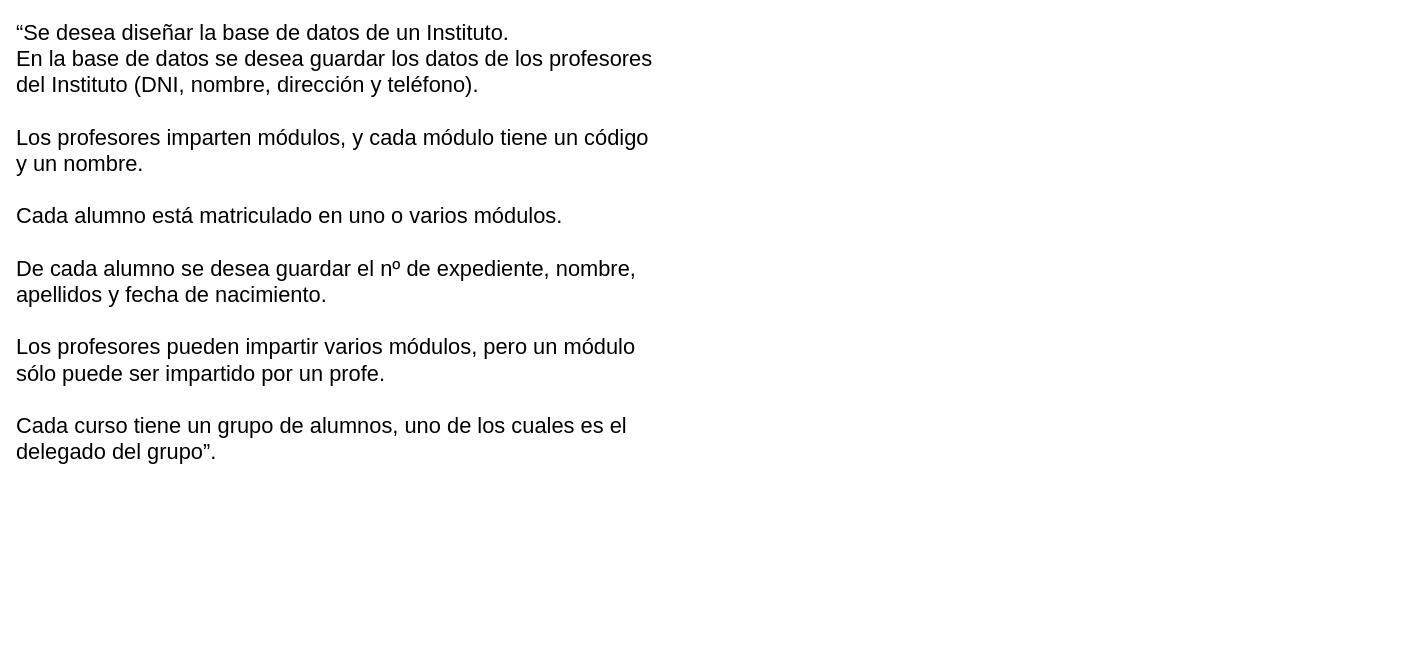
The draw.io diagram 112_administracion_de_bases_de_datos/ejercicios_DER/ejercicio_08-05_instituto.drawio in VictoriaIleanaRodriguezMora/ifts, before the edit. Source tidied: cells renumbered, new cells numbered last; positions are measured from the earlier drawing's top-left corner, leaving out a move shared by most shapes. Both pictures are drawn from the tidied source at 84%, with x=0, y=0 at pixel (14, 14).
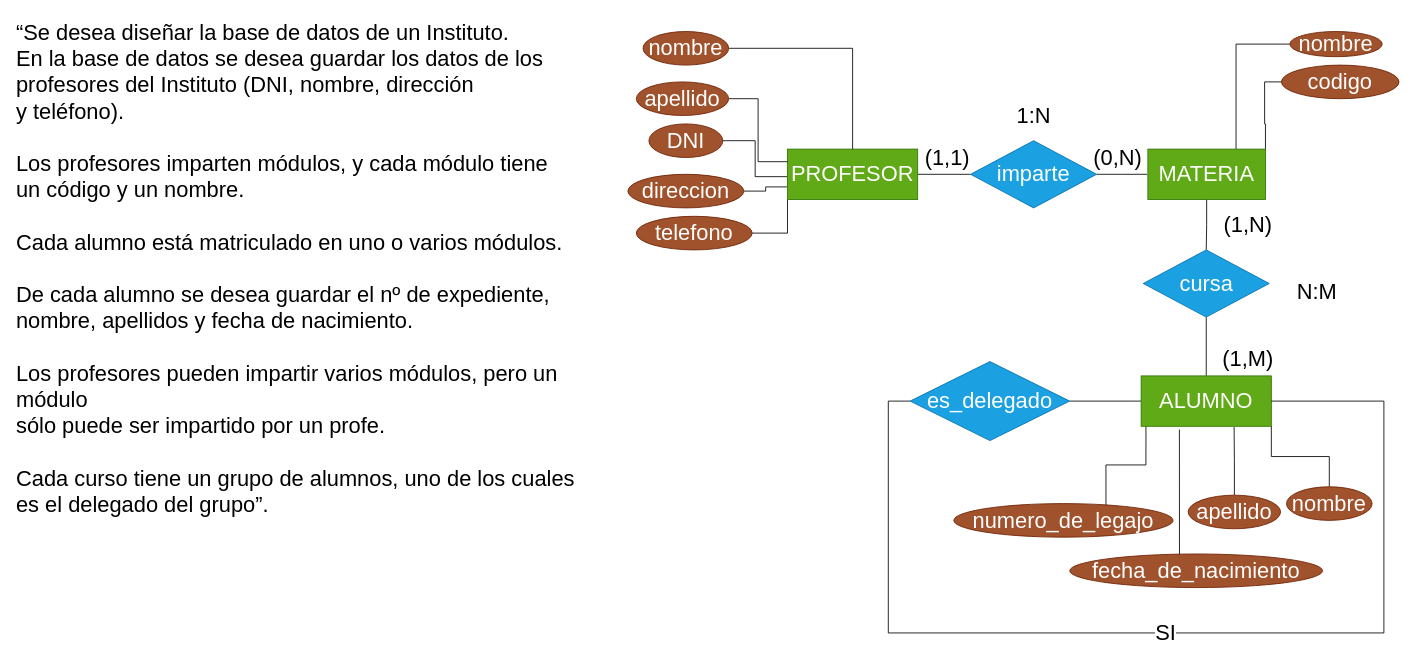
The same page after the edit.

Commit message:
feat: Ejercicio instituto en clase

Change to the diagram source:
```diff
@@
     <mxCell id="2" value="“Se desea diseñar la base de datos de un Instituto.&#10;En la base de datos se desea guardar los datos de los profesores del Instituto (DNI, nombre, dirección y teléfono).  &#10;&#10;Los profesores imparten módulos, y cada módulo tiene un código y un nombre. &#10;&#10;Cada alumno está matriculado en uno o varios módulos.  &#10;&#10;De cada alumno se desea guardar el nº de expediente, nombre, apellidos y fecha de nacimiento. &#10;&#10;Los profesores pueden impartir varios módulos, pero un módulo &#10;sólo puede ser impartido por un profe. &#10;&#10;Cada curso tiene un grupo de alumnos, uno de los cuales es el delegado del grupo”." style="text;whiteSpace=wrap;fontSize=26;" parent="1" vertex="1">
-      <mxGeometry width="770" height="530" as="geometry" />
+      <mxGeometry width="670" height="636" as="geometry" />
     </mxCell>
+    <mxCell id="3" style="edgeStyle=orthogonalEdgeStyle;rounded=0;jettySize=auto;html=1;exitX=1;exitY=0.5;exitDx=0;exitDy=0;entryX=0;entryY=0.5;entryDx=0;entryDy=0;endArrow=none;startFill=0;fontSize=26;" parent="1" edge="1" source="6" target="14">
+      <mxGeometry relative="1" as="geometry" />
+    </mxCell>
+    <mxCell id="4" style="edgeStyle=orthogonalEdgeStyle;rounded=0;jettySize=auto;html=1;exitX=0;exitY=0.75;exitDx=0;exitDy=0;entryX=1;entryY=0.5;entryDx=0;entryDy=0;endArrow=none;startFill=0;" parent="1" edge="1" source="6" target="24">
+      <mxGeometry relative="1" as="geometry" />
+    </mxCell>
+    <mxCell id="5" style="edgeStyle=orthogonalEdgeStyle;rounded=0;jettySize=auto;html=1;exitX=0;exitY=1;exitDx=0;exitDy=0;entryX=1;entryY=0.5;entryDx=0;entryDy=0;endArrow=none;startFill=0;" parent="1" edge="1" source="6" target="25">
+      <mxGeometry relative="1" as="geometry" />
+    </mxCell>
+    <mxCell id="6" value="PROFESOR" style="rounded=0;whiteSpace=wrap;html=1;fontSize=26;fillColor=#60a917;fontColor=#ffffff;strokeColor=#2D7600;" parent="1" vertex="1">
+      <mxGeometry x="920" y="160" width="155" height="60" as="geometry" />
+    </mxCell>
+    <mxCell id="7" style="edgeStyle=orthogonalEdgeStyle;rounded=0;jettySize=auto;html=1;exitX=1;exitY=0.5;exitDx=0;exitDy=0;entryX=0.5;entryY=0;entryDx=0;entryDy=0;endArrow=none;startFill=0;fontSize=26;" parent="1" edge="1" source="8" target="6">
+      <mxGeometry relative="1" as="geometry" />
+    </mxCell>
+    <mxCell id="8" value="nombre" style="ellipse;whiteSpace=wrap;html=1;fontSize=26;fillColor=#a0522d;fontColor=#ffffff;strokeColor=#6D1F00;" parent="1" vertex="1">
+      <mxGeometry x="748" y="20" width="102" height="40" as="geometry" />
+    </mxCell>
+    <mxCell id="9" style="edgeStyle=orthogonalEdgeStyle;rounded=0;jettySize=auto;html=1;exitX=1;exitY=0.5;exitDx=0;exitDy=0;entryX=0;entryY=0.25;entryDx=0;entryDy=0;endArrow=none;startFill=0;fontSize=26;" parent="1" edge="1" source="10" target="6">
+      <mxGeometry relative="1" as="geometry" />
+    </mxCell>
+    <mxCell id="10" value="apellido" style="ellipse;whiteSpace=wrap;html=1;fontSize=26;fillColor=#a0522d;fontColor=#ffffff;strokeColor=#6D1F00;" parent="1" vertex="1">
+      <mxGeometry x="740" y="80" width="110" height="40" as="geometry" />
+    </mxCell>
+    <mxCell id="11" value="DNI" style="ellipse;whiteSpace=wrap;html=1;fontSize=26;fillColor=#a0522d;fontColor=#ffffff;strokeColor=#6D1F00;" parent="1" vertex="1">
+      <mxGeometry x="755" y="130" width="88" height="40" as="geometry" />
+    </mxCell>
+    <mxCell id="12" style="edgeStyle=orthogonalEdgeStyle;rounded=0;jettySize=auto;html=1;exitX=1;exitY=0.5;exitDx=0;exitDy=0;entryX=-0.003;entryY=0.547;entryDx=0;entryDy=0;entryPerimeter=0;endArrow=none;startFill=0;fontSize=26;" parent="1" edge="1" source="11" target="6">
+      <mxGeometry relative="1" as="geometry" />
+    </mxCell>
+    <mxCell id="13" style="edgeStyle=orthogonalEdgeStyle;rounded=0;jettySize=auto;html=1;exitX=1;exitY=0.5;exitDx=0;exitDy=0;entryX=0;entryY=0.5;entryDx=0;entryDy=0;endArrow=none;startFill=0;fontSize=26;" parent="1" edge="1" source="14">
+      <mxGeometry relative="1" as="geometry">
+        <mxPoint x="1348" y="190" as="targetPoint" />
+      </mxGeometry>
+    </mxCell>
+    <mxCell id="14" value="imparte" style="rhombus;whiteSpace=wrap;html=1;fontSize=26;fillColor=#1ba1e2;fontColor=#ffffff;strokeColor=#006EAF;" parent="1" vertex="1">
+      <mxGeometry x="1138" y="150" width="150" height="80" as="geometry" />
+    </mxCell>
+    <mxCell id="15" style="edgeStyle=orthogonalEdgeStyle;rounded=0;jettySize=auto;html=1;exitX=0;exitY=0.5;exitDx=0;exitDy=0;entryX=0.75;entryY=0;entryDx=0;entryDy=0;endArrow=none;startFill=0;fontSize=26;" parent="1" edge="1" source="16" target="23">
+      <mxGeometry relative="1" as="geometry" />
+    </mxCell>
+    <mxCell id="16" value="nombre" style="ellipse;whiteSpace=wrap;html=1;fontSize=26;fillColor=#a0522d;fontColor=#ffffff;strokeColor=#6D1F00;" parent="1" vertex="1">
+      <mxGeometry x="1518" y="20" width="110" height="30" as="geometry" />
+    </mxCell>
+    <mxCell id="17" style="edgeStyle=orthogonalEdgeStyle;rounded=0;jettySize=auto;html=1;exitX=0;exitY=0.5;exitDx=0;exitDy=0;entryX=1;entryY=0;entryDx=0;entryDy=0;endArrow=none;startFill=0;fontSize=26;" parent="1" edge="1" source="18" target="23">
+      <mxGeometry relative="1" as="geometry" />
+    </mxCell>
+    <mxCell id="18" value="codigo" style="ellipse;whiteSpace=wrap;html=1;fontSize=26;fillColor=#a0522d;fontColor=#ffffff;strokeColor=#6D1F00;" parent="1" vertex="1">
+      <mxGeometry x="1508" y="60" width="140" height="40" as="geometry" />
+    </mxCell>
+    <mxCell id="19" value="&lt;font&gt;(1,1)&lt;/font&gt;" style="text;html=1;align=center;verticalAlign=middle;strokeColor=none;fillColor=none;fontSize=26;" parent="1" vertex="1">
+      <mxGeometry x="1070" y="150" width="80" height="40" as="geometry" />
+    </mxCell>
+    <mxCell id="20" value="&lt;font&gt;(0,N)&lt;/font&gt;" style="text;html=1;align=center;verticalAlign=middle;strokeColor=none;fillColor=none;fontSize=26;" parent="1" vertex="1">
+      <mxGeometry x="1273" y="150" width="80" height="40" as="geometry" />
+    </mxCell>
+    <mxCell id="21" value="&lt;div&gt;&lt;span style=&quot;background-color: transparent; color: light-dark(rgb(0, 0, 0), rgb(255, 255, 255));&quot;&gt;1:N&lt;/span&gt;&lt;/div&gt;" style="text;html=1;align=center;verticalAlign=middle;strokeColor=none;fillColor=none;fontSize=26;" parent="1" vertex="1">
+      <mxGeometry x="1183" y="100" width="60" height="40" as="geometry" />
+    </mxCell>
+    <mxCell id="22" style="edgeStyle=orthogonalEdgeStyle;rounded=0;jettySize=auto;html=1;exitX=0.5;exitY=1;exitDx=0;exitDy=0;entryX=0.5;entryY=0;entryDx=0;entryDy=0;endArrow=none;startFill=0;" parent="1" edge="1" source="23" target="37">
+      <mxGeometry relative="1" as="geometry" />
+    </mxCell>
+    <mxCell id="23" value="MATERIA" style="rounded=0;whiteSpace=wrap;html=1;fontSize=26;fillColor=#60a917;fontColor=#ffffff;strokeColor=#2D7600;" parent="1" vertex="1">
+      <mxGeometry x="1349" y="160" width="140" height="60" as="geometry" />
+    </mxCell>
+    <mxCell id="24" value="direccion" style="ellipse;whiteSpace=wrap;html=1;fontSize=26;fillColor=#a0522d;fontColor=#ffffff;strokeColor=#6D1F00;" parent="1" vertex="1">
+      <mxGeometry x="730" y="190" width="138" height="40" as="geometry" />
+    </mxCell>
+    <mxCell id="25" value="telefono" style="ellipse;whiteSpace=wrap;html=1;fontSize=26;fillColor=#a0522d;fontColor=#ffffff;strokeColor=#6D1F00;" parent="1" vertex="1">
+      <mxGeometry x="740" y="240" width="138" height="40" as="geometry" />
+    </mxCell>
+    <mxCell id="26" style="edgeStyle=orthogonalEdgeStyle;rounded=0;jettySize=auto;html=1;exitX=0.037;exitY=0.999;exitDx=0;exitDy=0;entryX=0.694;entryY=0.075;entryDx=0;entryDy=0;endArrow=none;startFill=0;entryPerimeter=0;exitPerimeter=0;" parent="1" edge="1" source="30" target="35">
+      <mxGeometry relative="1" as="geometry" />
+    </mxCell>
+    <mxCell id="27" style="edgeStyle=orthogonalEdgeStyle;rounded=0;jettySize=auto;html=1;exitX=0.294;exitY=1.065;exitDx=0;exitDy=0;entryX=0.434;entryY=0.042;entryDx=0;entryDy=0;endArrow=none;startFill=0;entryPerimeter=0;exitPerimeter=0;" parent="1" edge="1" source="30" target="36">
+      <mxGeometry relative="1" as="geometry" />
+    </mxCell>
+    <mxCell id="28" style="edgeStyle=orthogonalEdgeStyle;rounded=0;jettySize=auto;html=1;exitX=0.5;exitY=0;exitDx=0;exitDy=0;entryX=0.5;entryY=1;entryDx=0;entryDy=0;endArrow=none;startFill=0;" parent="1" edge="1" source="30" target="37">
+      <mxGeometry relative="1" as="geometry" />
+    </mxCell>
+    <mxCell id="29" style="edgeStyle=orthogonalEdgeStyle;rounded=0;jettySize=auto;html=1;exitX=0;exitY=0.5;exitDx=0;exitDy=0;endArrow=none;startFill=0;" parent="1" edge="1" source="30" target="43">
+      <mxGeometry relative="1" as="geometry" />
+    </mxCell>
+    <mxCell id="30" value="ALUMNO" style="rounded=0;whiteSpace=wrap;html=1;fontSize=26;fillColor=#60a917;fontColor=#ffffff;strokeColor=#2D7600;" parent="1" vertex="1">
+      <mxGeometry x="1341" y="430" width="155" height="60" as="geometry" />
+    </mxCell>
+    <mxCell id="31" style="edgeStyle=orthogonalEdgeStyle;rounded=0;jettySize=auto;html=1;exitX=0.5;exitY=0;exitDx=0;exitDy=0;entryX=1;entryY=1;entryDx=0;entryDy=0;endArrow=none;startFill=0;fontSize=26;" parent="1" edge="1" source="32" target="30">
+      <mxGeometry relative="1" as="geometry" />
+    </mxCell>
+    <mxCell id="32" value="nombre" style="ellipse;whiteSpace=wrap;html=1;fontSize=26;fillColor=#a0522d;fontColor=#ffffff;strokeColor=#6D1F00;" parent="1" vertex="1">
+      <mxGeometry x="1514" y="562" width="102" height="40" as="geometry" />
+    </mxCell>
+    <mxCell id="33" style="edgeStyle=orthogonalEdgeStyle;rounded=0;jettySize=auto;html=1;exitX=0.5;exitY=0;exitDx=0;exitDy=0;entryX=0.714;entryY=1.015;entryDx=0;entryDy=0;endArrow=none;startFill=0;fontSize=26;entryPerimeter=0;" parent="1" edge="1" source="34" target="30">
+      <mxGeometry relative="1" as="geometry" />
+    </mxCell>
+    <mxCell id="34" value="apellido" style="ellipse;whiteSpace=wrap;html=1;fontSize=26;fillColor=#a0522d;fontColor=#ffffff;strokeColor=#6D1F00;" parent="1" vertex="1">
+      <mxGeometry x="1397" y="572" width="110" height="40" as="geometry" />
+    </mxCell>
+    <mxCell id="35" value="numero_de_legajo" style="ellipse;whiteSpace=wrap;html=1;fontSize=26;fillColor=#a0522d;fontColor=#ffffff;strokeColor=#6D1F00;" parent="1" vertex="1">
+      <mxGeometry x="1118" y="582" width="261" height="40" as="geometry" />
+    </mxCell>
+    <mxCell id="36" value="fecha_de_nacimiento" style="ellipse;whiteSpace=wrap;html=1;fontSize=26;fillColor=#a0522d;fontColor=#ffffff;strokeColor=#6D1F00;" parent="1" vertex="1">
+      <mxGeometry x="1256" y="642" width="301" height="40" as="geometry" />
+    </mxCell>
+    <mxCell id="37" value="cursa" style="rhombus;whiteSpace=wrap;html=1;fontSize=26;fillColor=#1ba1e2;fontColor=#ffffff;strokeColor=#006EAF;" parent="1" vertex="1">
+      <mxGeometry x="1343.5" y="280" width="150" height="80" as="geometry" />
+    </mxCell>
+    <mxCell id="38" value="&lt;font&gt;(1,N)&lt;/font&gt;" style="text;html=1;align=center;verticalAlign=middle;strokeColor=none;fillColor=none;fontSize=26;" parent="1" vertex="1">
+      <mxGeometry x="1428" y="230" width="80" height="40" as="geometry" />
+    </mxCell>
+    <mxCell id="39" value="&lt;font&gt;(1,M)&lt;/font&gt;" style="text;html=1;align=center;verticalAlign=middle;strokeColor=none;fillColor=none;fontSize=26;" parent="1" vertex="1">
+      <mxGeometry x="1428" y="390" width="80" height="40" as="geometry" />
+    </mxCell>
+    <mxCell id="40" value="&lt;div&gt;&lt;span style=&quot;background-color: transparent; color: light-dark(rgb(0, 0, 0), rgb(255, 255, 255));&quot;&gt;N:M&lt;/span&gt;&lt;/div&gt;" style="text;html=1;align=center;verticalAlign=middle;strokeColor=none;fillColor=none;fontSize=26;" parent="1" vertex="1">
+      <mxGeometry x="1515" y="310" width="70" height="40" as="geometry" />
+    </mxCell>
+    <mxCell id="41" style="edgeStyle=orthogonalEdgeStyle;rounded=0;jettySize=auto;html=1;exitX=0;exitY=0.5;exitDx=0;exitDy=0;entryX=1;entryY=0.5;entryDx=0;entryDy=0;endArrow=none;startFill=0;" parent="1" edge="1" source="43" target="30">
+      <mxGeometry relative="1" as="geometry">
+        <Array as="points">
+          <mxPoint x="1040" y="460" />
+          <mxPoint x="1040" y="736" />
+          <mxPoint x="1630" y="736" />
+          <mxPoint x="1630" y="460" />
+        </Array>
+      </mxGeometry>
+    </mxCell>
+    <mxCell id="42" value="SI" style="edgeLabel;html=1;align=center;verticalAlign=middle;fontSize=26;" parent="41" vertex="1">
+      <mxGeometry x="-0.03" y="1" relative="1" as="geometry" />
+    </mxCell>
+    <mxCell id="43" value="es_delegado" style="rhombus;whiteSpace=wrap;html=1;fontSize=26;fillColor=#1ba1e2;fontColor=#ffffff;strokeColor=#006EAF;" parent="1" vertex="1">
+      <mxGeometry x="1066" y="413" width="190" height="94" as="geometry" />
+    </mxCell>
```
